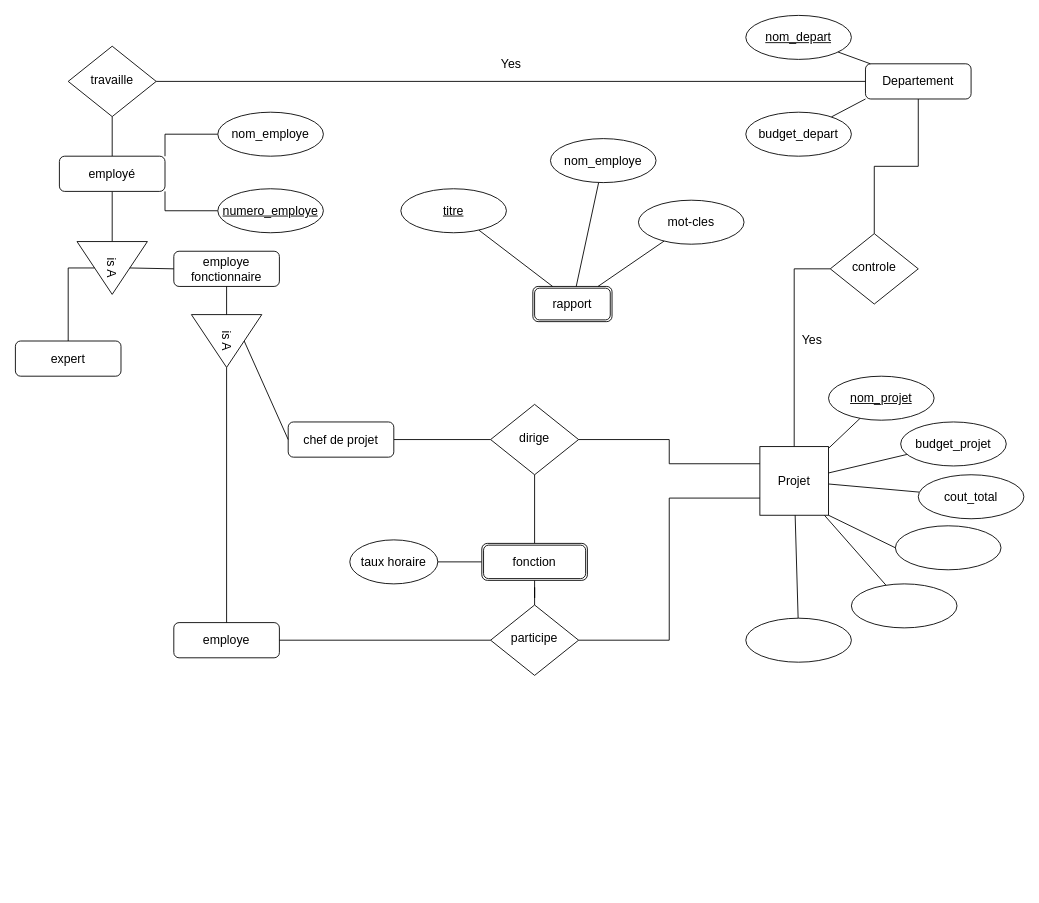
Ayoub-Vip/data-bases keeps this draw.io diagram as Untitled Diagram.drawio. Above is the earlier version. Source tidied: cells renumbered, new cells numbered last; positions are measured from the earlier drawing's top-left corner, leaving out a move shared by most shapes. Both pictures are drawn from the tidied source at 88%, with x=0, y=0 at pixel (15, 15).
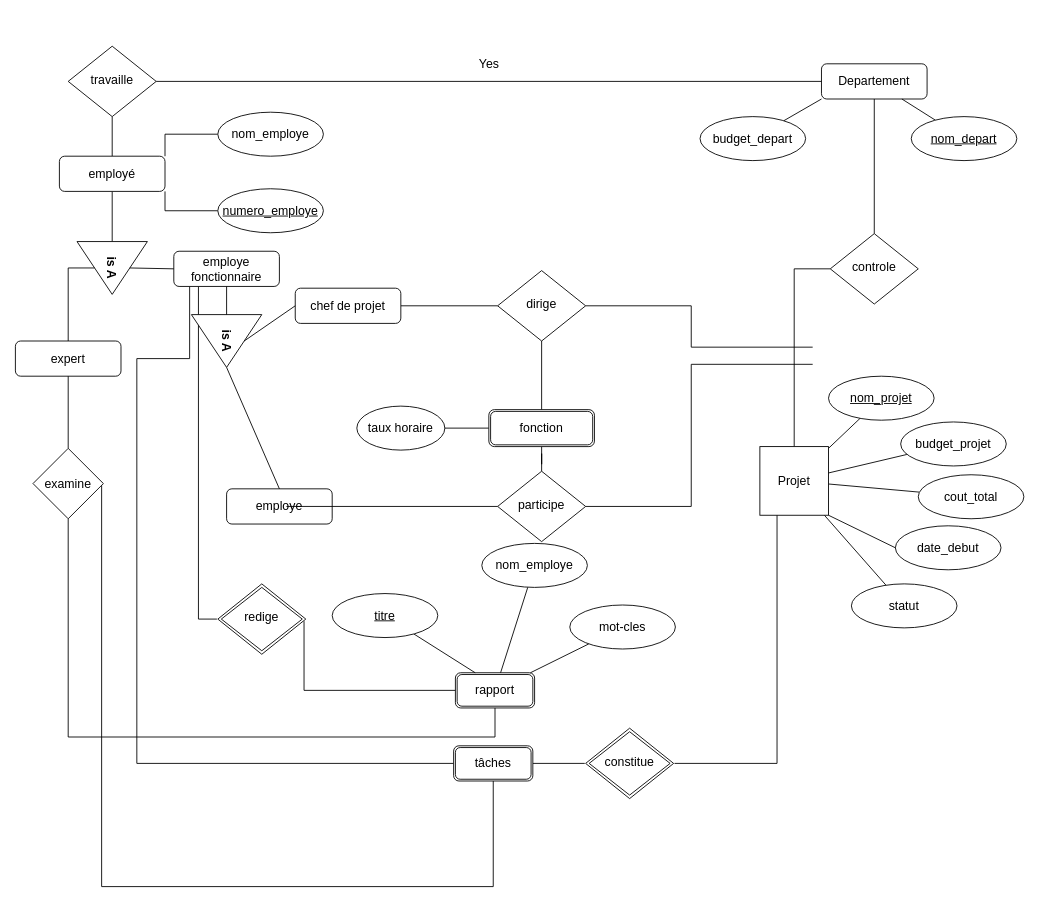
Above is the later version.

The change refers to these unchanged cells:
```xml
<mxCell id="5" value="controle" style="rhombus;whiteSpace=wrap;html=1;shadow=0;fontFamily=Helvetica;fontSize=14;align=center;strokeWidth=1;spacing=6;spacingTop=-4;" parent="1" vertex="1">
  <mxGeometry x="926" y="248" width="100" height="80" as="geometry" />
</mxCell>
<mxCell id="9" value="Projet" style="whiteSpace=wrap;html=1;fontSize=14;" parent="1" vertex="1">
  <mxGeometry x="846" y="490" width="78" height="78" as="geometry" />
</mxCell>
<mxCell id="29" value="&lt;font style=&quot;font-size: 14px;&quot;&gt;expert&lt;/font&gt;" style="rounded=1;whiteSpace=wrap;html=1;fontSize=14;glass=0;strokeWidth=1;shadow=0;" parent="1" vertex="1">
  <mxGeometry y="370" width="120" height="40" as="geometry" />
</mxCell>
<mxCell id="30" value="employe fonctionnaire" style="rounded=1;whiteSpace=wrap;html=1;fontSize=14;glass=0;strokeWidth=1;shadow=0;strokeColor=default;" parent="1" vertex="1">
  <mxGeometry x="180" y="268" width="120" height="40" as="geometry" />
</mxCell>
```

The edit, as a diff of the source:
```diff
@@
     <mxCell id="3" value="Departement" style="rounded=1;whiteSpace=wrap;html=1;fontSize=14;glass=0;strokeWidth=1;shadow=0;" parent="1" vertex="1">
-      <mxGeometry x="966" y="55" width="120" height="40" as="geometry" />
+      <mxGeometry x="916" y="55" width="120" height="40" as="geometry" />
     </mxCell>
-    <mxCell id="4" value="Yes" style="rounded=0;html=1;jettySize=auto;fontSize=14;endArrow=none;endFill=0;endSize=8;strokeWidth=1;shadow=0;labelBackgroundColor=none;edgeStyle=orthogonalEdgeStyle;" parent="1" edge="1" source="5" target="9">
-      <mxGeometry y="20" relative="1" as="geometry" />
+    <mxCell id="4" style="edgeStyle=orthogonalEdgeStyle;rounded=0;sketch=0;jettySize=auto;html=1;entryX=0.5;entryY=0;entryDx=0;entryDy=0;fontSize=14;endArrow=none;endFill=0;" parent="1" edge="1" source="5" target="9">
+      <mxGeometry relative="1" as="geometry" />
     </mxCell>
@@
-    <mxCell id="14" style="ellipse;whiteSpace=wrap;html=1;fontSize=14;" parent="1" vertex="1">
+    <mxCell id="14" value="statut" style="ellipse;whiteSpace=wrap;html=1;fontSize=14;" parent="1" vertex="1">
       <mxGeometry x="950" y="646" width="120" height="50" as="geometry" />
     </mxCell>
-    <mxCell id="15" style="edgeStyle=none;rounded=0;jettySize=auto;html=1;fontSize=14;startArrow=none;startFill=0;endArrow=none;endFill=0;" parent="1" edge="1" source="16" target="9">
-      <mxGeometry relative="1" as="geometry" />
-    </mxCell>
-    <mxCell id="16" style="ellipse;whiteSpace=wrap;html=1;fontSize=14;" parent="1" vertex="1">
-      <mxGeometry x="830" y="685" width="120" height="50" as="geometry" />
-    </mxCell>
@@
+    <mxCell id="61" style="edgeStyle=orthogonalEdgeStyle;rounded=0;jettySize=auto;html=1;entryX=0;entryY=0.5;entryDx=0;entryDy=0;fontSize=14;endArrow=none;endFill=0;" parent="1" edge="1" source="18">
+      <mxGeometry relative="1" as="geometry">
+        <mxPoint x="906" y="377" as="targetPoint" />
+        <Array as="points">
+          <mxPoint x="768" y="330" />
+          <mxPoint x="768" y="377" />
+        </Array>
+      </mxGeometry>
+    </mxCell>
     <mxCell id="18" value="dirige" style="rhombus;whiteSpace=wrap;html=1;shadow=0;fontFamily=Helvetica;fontSize=14;align=center;strokeWidth=1;spacing=6;spacingTop=-4;" parent="1" vertex="1">
-      <mxGeometry x="540" y="442" width="100" height="80" as="geometry" />
+      <mxGeometry x="548" y="290" width="100" height="80" as="geometry" />
     </mxCell>
@@
     <mxCell id="20" value="taux horaire" style="ellipse;whiteSpace=wrap;html=1;fontSize=14;" parent="1" vertex="1">
-      <mxGeometry x="380" y="596" width="100" height="50" as="geometry" />
+      <mxGeometry x="388" y="444" width="100" height="50" as="geometry" />
     </mxCell>
@@
-    <mxCell id="26" style="ellipse;whiteSpace=wrap;html=1;fontSize=14;" parent="1" vertex="1">
+    <mxCell id="26" value="date_debut" style="ellipse;whiteSpace=wrap;html=1;fontSize=14;" parent="1" vertex="1">
       <mxGeometry x="1000" y="580" width="120" height="50" as="geometry" />
     </mxCell>
@@
-    <mxCell id="28" value="&lt;font style=&quot;font-size: 14px; line-height: 1;&quot;&gt;is A&lt;/font&gt;" style="triangle;whiteSpace=wrap;html=1;rotation=90;fontSize=14;" parent="1" vertex="1">
+    <mxCell id="28" value="&lt;font style=&quot;font-size: 14px ; line-height: 1&quot;&gt;&lt;b&gt;is A&lt;/b&gt;&lt;/font&gt;" style="triangle;whiteSpace=wrap;html=1;rotation=90;fontSize=14;" parent="1" vertex="1">
       <mxGeometry x="80" y="247" width="60" height="80" as="geometry" />
     </mxCell>
@@
+    <mxCell id="62" style="edgeStyle=orthogonalEdgeStyle;rounded=0;jettySize=auto;html=1;entryX=0;entryY=0.5;entryDx=0;entryDy=0;fontSize=14;endArrow=none;endFill=0;" parent="1" edge="1" source="30" target="71">
+      <mxGeometry relative="1" as="geometry">
+        <Array as="points">
+          <mxPoint x="198" y="390" />
+          <mxPoint x="138" y="390" />
+          <mxPoint x="138" y="850" />
+        </Array>
+      </mxGeometry>
+    </mxCell>
+    <mxCell id="63" style="edgeStyle=orthogonalEdgeStyle;rounded=0;sketch=0;jettySize=auto;html=1;fontSize=14;endArrow=none;endFill=0;" parent="1" edge="1" source="30" target="75">
+      <mxGeometry relative="1" as="geometry">
+        <Array as="points">
+          <mxPoint x="208" y="686" />
+        </Array>
+      </mxGeometry>
+    </mxCell>
@@
-    <mxCell id="31" value="&lt;font style=&quot;font-size: 14px; line-height: 1;&quot;&gt;is A&lt;/font&gt;" style="triangle;whiteSpace=wrap;html=1;rotation=90;fontSize=14;" parent="1" vertex="1">
+    <mxCell id="31" value="&lt;font style=&quot;font-size: 14px ; line-height: 1&quot;&gt;&lt;b&gt;is A&lt;/b&gt;&lt;/font&gt;" style="triangle;whiteSpace=wrap;html=1;rotation=90;fontSize=14;" parent="1" vertex="1">
       <mxGeometry x="210" y="330" width="60" height="80" as="geometry" />
     </mxCell>
     <mxCell id="32" value="&lt;font style=&quot;font-size: 14px;&quot;&gt;employe&lt;/font&gt;" style="rounded=1;whiteSpace=wrap;html=1;fontSize=14;glass=0;strokeWidth=1;shadow=0;" parent="1" vertex="1">
-      <mxGeometry x="180" y="690" width="120" height="40" as="geometry" />
+      <mxGeometry x="240" y="538" width="120" height="40" as="geometry" />
     </mxCell>
     <mxCell id="33" value="chef de projet" style="rounded=1;whiteSpace=wrap;html=1;fontSize=14;glass=0;strokeWidth=1;shadow=0;" parent="1" vertex="1">
-      <mxGeometry x="310" y="462" width="120" height="40" as="geometry" />
+      <mxGeometry x="318" y="310" width="120" height="40" as="geometry" />
     </mxCell>
@@
-    <mxCell id="38" style="endArrow=none;html=1;rounded=0;fontSize=14;entryX=1;entryY=0.5;entryDx=0;entryDy=0;exitX=0;exitY=0.25;exitDx=0;exitDy=0;edgeStyle=orthogonalEdgeStyle;" parent="1" edge="1" source="9" target="18">
-      <mxGeometry relative="1" as="geometry" />
-    </mxCell>
     <mxCell id="39" value="participe" style="rhombus;whiteSpace=wrap;html=1;shadow=0;fontFamily=Helvetica;fontSize=14;align=center;strokeWidth=1;spacing=6;spacingTop=-4;" parent="1" vertex="1">
-      <mxGeometry x="540" y="670" width="100" height="80" as="geometry" />
+      <mxGeometry x="548" y="518" width="100" height="80" as="geometry" />
     </mxCell>
-    <mxCell id="40" style="endArrow=none;html=1;rounded=0;fontSize=14;entryX=1;entryY=0.5;entryDx=0;entryDy=0;exitX=0;exitY=0.75;exitDx=0;exitDy=0;edgeStyle=orthogonalEdgeStyle;" parent="1" edge="1" source="9" target="39">
-      <mxGeometry relative="1" as="geometry" />
-    </mxCell>
@@
+    <mxCell id="64" style="edgeStyle=orthogonalEdgeStyle;rounded=0;jettySize=auto;html=1;entryX=0;entryY=0.75;entryDx=0;entryDy=0;fontSize=14;endArrow=none;endFill=0;exitX=1;exitY=0.5;exitDx=0;exitDy=0;" parent="1" edge="1" source="39">
+      <mxGeometry relative="1" as="geometry">
+        <mxPoint x="906" y="396.5" as="targetPoint" />
+        <Array as="points">
+          <mxPoint x="768" y="558" />
+          <mxPoint x="768" y="396" />
+        </Array>
+      </mxGeometry>
+    </mxCell>
     <mxCell id="43" value="fonction" style="shape=ext;double=1;rounded=1;whiteSpace=wrap;html=1;fontSize=14;" parent="1" vertex="1">
-      <mxGeometry x="530" y="600" width="120" height="42" as="geometry" />
+      <mxGeometry x="538" y="448" width="120" height="42" as="geometry" />
     </mxCell>
-    <mxCell id="44" style="endArrow=none;html=1;rounded=0;fontSize=14;exitX=1;exitY=0.5;exitDx=0;exitDy=0;entryX=0;entryY=0.5;entryDx=0;entryDy=0;" parent="1" edge="1" source="32" target="39">
-      <mxGeometry relative="1" as="geometry" />
+    <mxCell id="44" style="endArrow=none;html=1;rounded=0;fontSize=14;exitX=1;exitY=0.5;exitDx=0;exitDy=0;entryX=0;entryY=0.5;entryDx=0;entryDy=0;" parent="1" edge="1" target="39">
+      <mxGeometry relative="1" as="geometry">
+        <mxPoint x="308" y="558" as="sourcePoint" />
+      </mxGeometry>
     </mxCell>
@@
     <mxCell id="47" value="&lt;u style=&quot;font-size: 14px;&quot;&gt;nom_depart&lt;/u&gt;" style="ellipse;whiteSpace=wrap;html=1;fontSize=14;" parent="1" vertex="1">
-      <mxGeometry x="830" width="120" height="50" as="geometry" />
+      <mxGeometry x="1018" y="115" width="120" height="50" as="geometry" />
     </mxCell>
@@
     <mxCell id="53" value="budget_depart" style="ellipse;whiteSpace=wrap;html=1;fontSize=14;" parent="1" vertex="1">
-      <mxGeometry x="830" y="110" width="120" height="50" as="geometry" />
+      <mxGeometry x="778" y="115" width="120" height="50" as="geometry" />
     </mxCell>
     <mxCell id="54" value="rapport" style="shape=ext;double=1;rounded=1;whiteSpace=wrap;html=1;strokeColor=default;fontSize=14;" parent="1" vertex="1">
-      <mxGeometry x="588" y="308" width="90" height="40" as="geometry" />
+      <mxGeometry x="500" y="747" width="90" height="40" as="geometry" />
     </mxCell>
@@
     <mxCell id="56" value="nom_employe" style="ellipse;whiteSpace=wrap;html=1;fontSize=14;" parent="1" vertex="1">
-      <mxGeometry x="608" y="140" width="120" height="50" as="geometry" />
+      <mxGeometry x="530" y="600" width="120" height="50" as="geometry" />
     </mxCell>
@@
+    <mxCell id="65" style="edgeStyle=orthogonalEdgeStyle;rounded=0;sketch=0;jettySize=auto;html=1;entryX=0;entryY=0.5;entryDx=0;entryDy=0;fontSize=14;endArrow=none;endFill=0;" parent="1" edge="1" source="75" target="54">
+      <mxGeometry relative="1" as="geometry">
+        <Array as="points">
+          <mxPoint x="328" y="767" />
+        </Array>
+      </mxGeometry>
+    </mxCell>
     <mxCell id="58" value="&lt;u style=&quot;font-size: 14px;&quot;&gt;titre&lt;/u&gt;" style="ellipse;whiteSpace=wrap;html=1;fontSize=14;" parent="1" vertex="1">
-      <mxGeometry x="438" y="197" width="120" height="50" as="geometry" />
+      <mxGeometry x="360" y="657" width="120" height="50" as="geometry" />
     </mxCell>
@@
     <mxCell id="60" value="mot-cles" style="ellipse;whiteSpace=wrap;html=1;fontSize=14;" parent="1" vertex="1">
-      <mxGeometry x="708" y="210" width="120" height="50" as="geometry" />
+      <mxGeometry x="630" y="670" width="120" height="50" as="geometry" />
     </mxCell>
+    <mxCell id="66" style="edgeStyle=none;rounded=0;jettySize=auto;html=1;entryX=0.5;entryY=1;entryDx=0;entryDy=0;fontSize=14;endArrow=none;endFill=0;" parent="1" edge="1" source="69" target="29">
+      <mxGeometry relative="1" as="geometry" />
+    </mxCell>
+    <mxCell id="67" style="edgeStyle=orthogonalEdgeStyle;rounded=0;jettySize=auto;html=1;entryX=0.5;entryY=1;entryDx=0;entryDy=0;fontSize=14;endArrow=none;endFill=0;exitX=0.5;exitY=1;exitDx=0;exitDy=0;" parent="1" edge="1" source="69" target="54">
+      <mxGeometry relative="1" as="geometry">
+        <Array as="points">
+          <mxPoint x="60" y="820" />
+          <mxPoint x="545" y="820" />
+        </Array>
+      </mxGeometry>
+    </mxCell>
+    <mxCell id="68" style="edgeStyle=orthogonalEdgeStyle;rounded=0;jettySize=auto;html=1;entryX=0.5;entryY=1;entryDx=0;entryDy=0;fontSize=14;endArrow=none;endFill=0;" parent="1" edge="1" source="69" target="71">
+      <mxGeometry relative="1" as="geometry">
+        <Array as="points">
+          <mxPoint x="98" y="990" />
+          <mxPoint x="543" y="990" />
+        </Array>
+      </mxGeometry>
+    </mxCell>
+    <mxCell id="69" value="examine" style="rhombus;whiteSpace=wrap;html=1;fontSize=14;strokeColor=default;" parent="1" vertex="1">
+      <mxGeometry x="20" y="492" width="80" height="80" as="geometry" />
+    </mxCell>
+    <mxCell id="70" style="edgeStyle=orthogonalEdgeStyle;rounded=0;jettySize=auto;html=1;entryX=0;entryY=0.5;entryDx=0;entryDy=0;fontSize=14;endArrow=none;endFill=0;" parent="1" edge="1" source="71" target="74">
+      <mxGeometry relative="1" as="geometry" />
+    </mxCell>
+    <mxCell id="71" value="tâches" style="shape=ext;double=1;rounded=1;whiteSpace=wrap;html=1;strokeColor=default;fontSize=14;" parent="1" vertex="1">
+      <mxGeometry x="498" y="830" width="90" height="40" as="geometry" />
+    </mxCell>
+    <mxCell id="72" style="edgeStyle=none;rounded=0;orthogonalLoop=1;jettySize=auto;html=1;exitX=0.75;exitY=1;exitDx=0;exitDy=0;fontSize=14;endArrow=none;endFill=0;" parent="1" edge="1" source="71" target="71">
+      <mxGeometry relative="1" as="geometry" />
+    </mxCell>
+    <mxCell id="73" style="edgeStyle=orthogonalEdgeStyle;rounded=0;jettySize=auto;html=1;entryX=0.25;entryY=1;entryDx=0;entryDy=0;fontSize=14;endArrow=none;endFill=0;" parent="1" edge="1" source="74" target="9">
+      <mxGeometry relative="1" as="geometry" />
+    </mxCell>
+    <mxCell id="74" value="constitue" style="rhombus;whiteSpace=wrap;html=1;shadow=0;fontFamily=Helvetica;fontSize=14;align=center;strokeWidth=1;spacing=6;spacingTop=-4;perimeterSpacing=1;sketch=0;rounded=0;double=1;" parent="1" vertex="1">
+      <mxGeometry x="648" y="810" width="100" height="80" as="geometry" />
+    </mxCell>
+    <mxCell id="75" value="redige" style="rhombus;whiteSpace=wrap;html=1;shadow=0;fontFamily=Helvetica;fontSize=14;align=center;strokeWidth=1;spacing=6;spacingTop=-4;perimeterSpacing=1;sketch=0;rounded=0;double=1;" parent="1" vertex="1">
+      <mxGeometry x="230" y="646" width="100" height="80" as="geometry" />
+    </mxCell>
```
